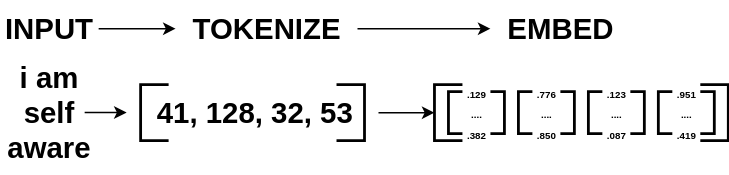
Before: public/posts/vqgan/texttonumbersnoshape.svg, a diagram exported from draw.io (devs-atlas/atlas). Source tidied: cells renumbered, new cells last; positions are measured from the earlier drawing's top-left corner, leaving out a move shared by most shapes.
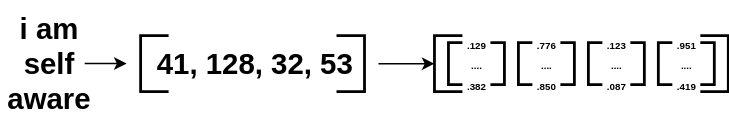
The same diagram one commit later.

Diff of the diagram source:
```diff
@@ -2,21 +2,9 @@
   <root>
     <mxCell id="0" />
     <mxCell id="1" parent="0" />
-    <mxCell id="2" style="edgeStyle=orthogonalEdgeStyle;rounded=0;jettySize=auto;html=1;" parent="1" edge="1" source="3" target="6">
-      <mxGeometry relative="1" as="geometry" />
-    </mxCell>
-    <mxCell id="3" value="&lt;b&gt;&lt;font style=&quot;font-size: 21px;&quot;&gt;INPUT&lt;/font&gt;&lt;/b&gt;" style="text;html=1;strokeColor=none;fillColor=none;align=center;verticalAlign=middle;whiteSpace=wrap;rounded=0;" parent="1" vertex="1">
-      <mxGeometry y="5" width="70" height="30" as="geometry" />
-    </mxCell>
     <mxCell id="4" value="&lt;span style=&quot;font-size: 21px;&quot;&gt;&lt;b&gt;i am self aware&lt;/b&gt;&lt;/span&gt;" style="text;html=1;strokeColor=none;fillColor=none;align=center;verticalAlign=middle;whiteSpace=wrap;rounded=0;" parent="1" vertex="1">
       <mxGeometry y="35" width="70" height="90" as="geometry" />
     </mxCell>
-    <mxCell id="5" style="edgeStyle=orthogonalEdgeStyle;rounded=0;jettySize=auto;html=1;" parent="1" edge="1" source="6" target="12">
-      <mxGeometry relative="1" as="geometry" />
-    </mxCell>
-    <mxCell id="6" value="&lt;b style=&quot;border-color: var(--border-color);&quot;&gt;&lt;font style=&quot;border-color: var(--border-color); font-size: 21px;&quot;&gt;TOKENIZE&lt;/font&gt;&lt;/b&gt;" style="text;html=1;align=center;verticalAlign=middle;points=[];strokeColor=none;fillColor=none;" parent="1" vertex="1">
-      <mxGeometry x="125" width="130" height="40" as="geometry" />
-    </mxCell>
     <mxCell id="7" style="strokeWidth=2;html=1;shape=mxgraph.flowchart.annotation_1;align=left;" parent="1" vertex="1">
       <mxGeometry x="100" y="60" width="20" height="40" as="geometry" />
     </mxCell>
@@ -37,9 +25,6 @@
     <mxCell id="11" value="&lt;span style=&quot;font-size: 21px;&quot;&gt;&lt;b&gt;41, 128, 32, 53&lt;/b&gt;&lt;/span&gt;" style="text;html=1;strokeColor=none;fillColor=none;align=left;verticalAlign=middle;whiteSpace=wrap;rounded=0;" parent="1" vertex="1">
       <mxGeometry x="110" y="65" width="160" height="30" as="geometry" />
     </mxCell>
-    <mxCell id="12" value="&lt;b style=&quot;border-color: var(--border-color);&quot;&gt;&lt;font style=&quot;border-color: var(--border-color); font-size: 21px;&quot;&gt;EMBED&lt;/font&gt;&lt;/b&gt;" style="text;html=1;align=center;verticalAlign=middle;points=[];strokeColor=none;fillColor=none;" parent="1" vertex="1">
-      <mxGeometry x="350" width="100" height="40" as="geometry" />
-    </mxCell>
     <mxCell id="13" style="strokeWidth=2;html=1;shape=mxgraph.flowchart.annotation_1;align=left;direction=west;" parent="1" vertex="1">
       <mxGeometry x="500" y="60" width="20" height="40" as="geometry" />
     </mxCell>
```
